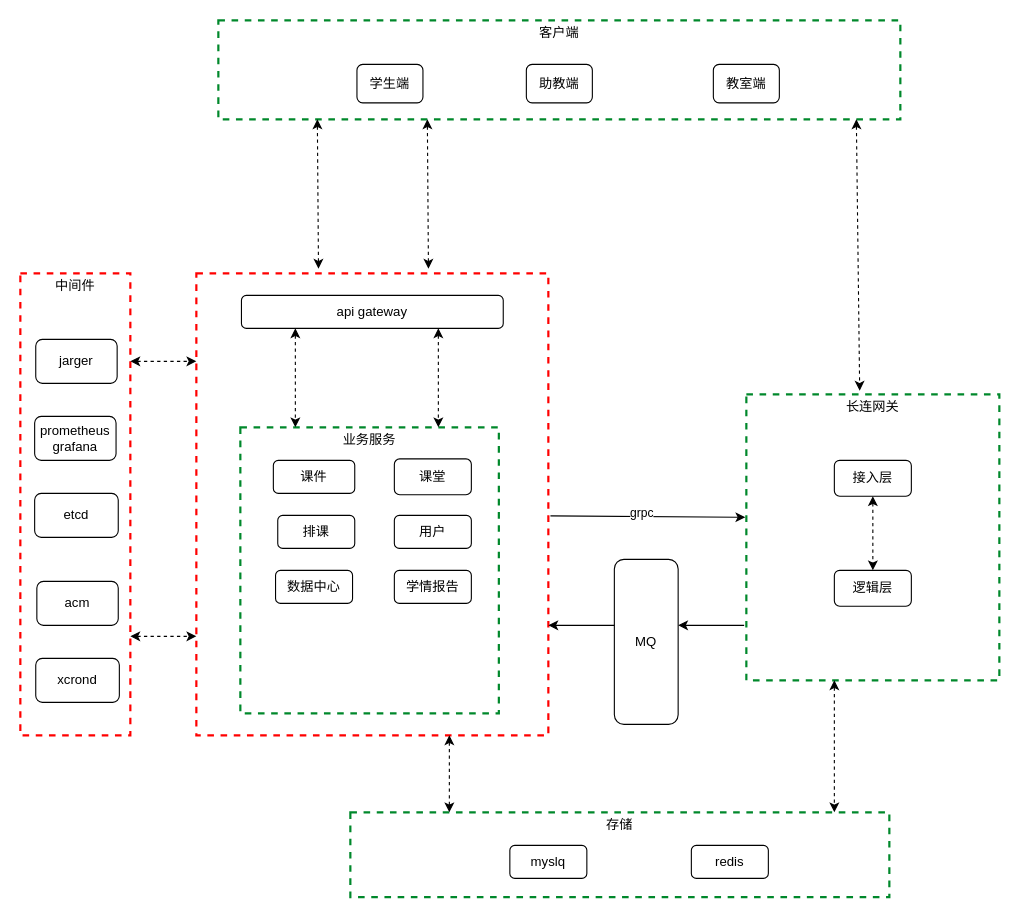
The draw.io diagram wisroom.drawio in idamiaoo/draw, before the edit. Source tidied: cells renumbered, new cells numbered last; positions are measured from the earlier drawing's top-left corner, leaving out a move shared by most shapes. Both pictures are drawn from the tidied source at 110%, with x=0, y=0 at pixel (20, 20).
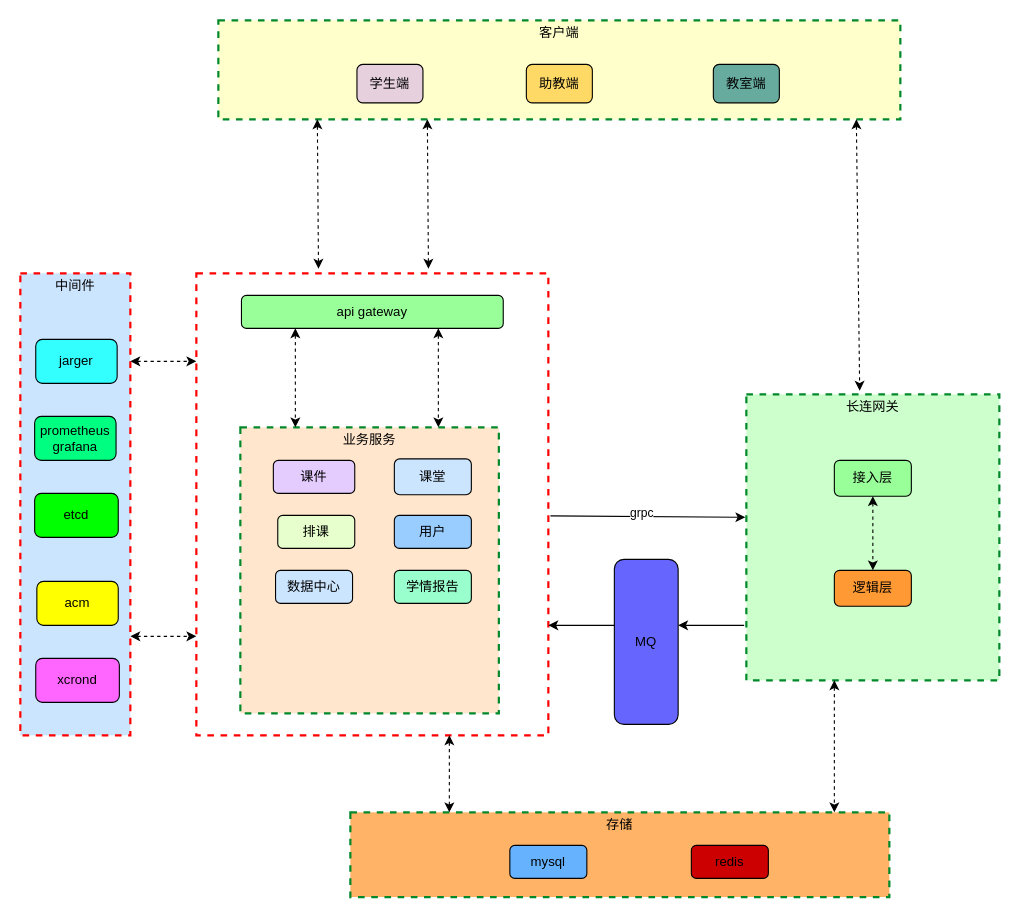
Above is the later version.

The change refers to these unchanged cells:
```xml
<mxCell id="5" style="fontStyle=0;verticalAlign=top;align=center;spacingTop=-2;fillColor=none;rounded=0;whiteSpace=wrap;html=1;strokeColor=#FF0000;strokeWidth=2;dashed=1;" parent="1" vertex="1">
  <mxGeometry x="160" y="230" width="320" height="420" as="geometry" />
</mxCell>
```

Change to the diagram source:
```diff
@@
-    <mxCell id="2" value="存储" style="fontStyle=0;verticalAlign=top;align=center;spacingTop=-2;fillColor=none;rounded=0;whiteSpace=wrap;html=1;strokeColor=#00882B;strokeWidth=2;dashed=1;" parent="1" vertex="1">
+    <mxCell id="2" value="存储" style="fontStyle=0;verticalAlign=top;align=center;spacingTop=-2;fillColor=#FFB366;rounded=0;whiteSpace=wrap;html=1;strokeColor=#00882B;strokeWidth=2;dashed=1;" parent="1" vertex="1">
       <mxGeometry x="300" y="720" width="490" height="77" as="geometry" />
     </mxCell>
-    <mxCell id="3" value="myslq" style="rounded=1;whiteSpace=wrap;html=1;" parent="2" vertex="1">
+    <mxCell id="3" value="mysql" style="rounded=1;whiteSpace=wrap;html=1;fillColor=#66B2FF;" parent="2" vertex="1">
       <mxGeometry x="145" y="30" width="70" height="30" as="geometry" />
     </mxCell>
-    <mxCell id="4" value="redis" style="rounded=1;whiteSpace=wrap;html=1;" parent="2" vertex="1">
+    <mxCell id="4" value="redis" style="rounded=1;whiteSpace=wrap;html=1;fillColor=#CC0000;" parent="2" vertex="1">
       <mxGeometry x="310" y="30" width="70" height="30" as="geometry" />
     </mxCell>
@@
-    <mxCell id="6" value="api gateway" style="rounded=1;whiteSpace=wrap;html=1;" parent="5" vertex="1">
+    <mxCell id="6" value="api gateway" style="rounded=1;whiteSpace=wrap;html=1;fillColor=#99FF99;" parent="5" vertex="1">
       <mxGeometry x="41" y="20" width="238" height="30" as="geometry" />
     </mxCell>
-    <mxCell id="7" value="业务服务" style="fontStyle=0;verticalAlign=top;align=center;spacingTop=-2;fillColor=none;rounded=0;whiteSpace=wrap;html=1;strokeColor=#00882B;strokeWidth=2;dashed=1;" parent="5" vertex="1">
+    <mxCell id="7" value="业务服务" style="fontStyle=0;verticalAlign=top;align=center;spacingTop=-2;fillColor=#FFE6CC;rounded=0;whiteSpace=wrap;html=1;strokeColor=#00882B;strokeWidth=2;dashed=1;" parent="5" vertex="1">
       <mxGeometry x="40" y="140" width="235" height="260" as="geometry" />
     </mxCell>
-    <mxCell id="8" value="课堂" style="rounded=1;whiteSpace=wrap;html=1;" parent="7" vertex="1">
+    <mxCell id="8" value="课堂" style="rounded=1;whiteSpace=wrap;html=1;fillColor=#CCE5FF;" parent="7" vertex="1">
       <mxGeometry x="140" y="28.7" width="70" height="32.6" as="geometry" />
     </mxCell>
-    <mxCell id="9" value="课件" style="rounded=1;whiteSpace=wrap;html=1;" parent="7" vertex="1">
+    <mxCell id="9" value="课件" style="rounded=1;whiteSpace=wrap;html=1;fillColor=#E5CCFF;" parent="7" vertex="1">
       <mxGeometry x="30" y="30" width="74" height="30" as="geometry" />
     </mxCell>
-    <mxCell id="10" value="排课" style="rounded=1;whiteSpace=wrap;html=1;" parent="7" vertex="1">
+    <mxCell id="10" value="排课" style="rounded=1;whiteSpace=wrap;html=1;fillColor=#E6FFCC;" parent="7" vertex="1">
       <mxGeometry x="34" y="80" width="70" height="30" as="geometry" />
     </mxCell>
-    <mxCell id="11" value="用户" style="rounded=1;whiteSpace=wrap;html=1;" parent="7" vertex="1">
+    <mxCell id="11" value="用户" style="rounded=1;whiteSpace=wrap;html=1;fillColor=#99CCFF;" parent="7" vertex="1">
       <mxGeometry x="140" y="80" width="70" height="30" as="geometry" />
     </mxCell>
-    <mxCell id="12" value="数据中心" style="rounded=1;whiteSpace=wrap;html=1;" parent="7" vertex="1">
+    <mxCell id="12" value="数据中心" style="rounded=1;whiteSpace=wrap;html=1;fillColor=#CCE5FF;" parent="7" vertex="1">
       <mxGeometry x="32" y="130" width="70" height="30" as="geometry" />
     </mxCell>
-    <mxCell id="13" value="学情报告" style="rounded=1;whiteSpace=wrap;html=1;" parent="7" vertex="1">
+    <mxCell id="13" value="学情报告" style="rounded=1;whiteSpace=wrap;html=1;fillColor=#99FFCC;" parent="7" vertex="1">
       <mxGeometry x="140" y="130" width="70" height="30" as="geometry" />
     </mxCell>
@@
-    <mxCell id="16" value="中间件" style="fontStyle=0;verticalAlign=top;align=center;spacingTop=-2;fillColor=none;rounded=0;whiteSpace=wrap;html=1;strokeColor=#FF0000;strokeWidth=2;dashed=1;" parent="1" vertex="1">
+    <mxCell id="16" value="中间件" style="fontStyle=0;verticalAlign=top;align=center;spacingTop=-2;fillColor=#CCE5FF;rounded=0;whiteSpace=wrap;html=1;strokeColor=#FF0000;strokeWidth=2;dashed=1;" parent="1" vertex="1">
       <mxGeometry y="230" width="100" height="420" as="geometry" />
     </mxCell>
-    <mxCell id="17" value="jarger" style="rounded=1;whiteSpace=wrap;html=1;" parent="16" vertex="1">
+    <mxCell id="17" value="jarger" style="rounded=1;whiteSpace=wrap;html=1;fillColor=#33FFFF;" parent="16" vertex="1">
       <mxGeometry x="14" y="60" width="74" height="40" as="geometry" />
     </mxCell>
-    <mxCell id="18" value="prometheus grafana" style="rounded=1;whiteSpace=wrap;html=1;" parent="16" vertex="1">
+    <mxCell id="18" value="prometheus grafana" style="rounded=1;whiteSpace=wrap;html=1;fillColor=#00FF80;" parent="16" vertex="1">
       <mxGeometry x="13" y="130" width="74" height="40" as="geometry" />
     </mxCell>
-    <mxCell id="19" value="acm" style="rounded=1;whiteSpace=wrap;html=1;" parent="16" vertex="1">
+    <mxCell id="19" value="acm" style="rounded=1;whiteSpace=wrap;html=1;fillColor=#FFFF00;" parent="16" vertex="1">
       <mxGeometry x="15" y="280" width="74" height="40" as="geometry" />
     </mxCell>
-    <mxCell id="20" value="etcd" style="rounded=1;whiteSpace=wrap;html=1;" parent="16" vertex="1">
+    <mxCell id="20" value="etcd" style="rounded=1;whiteSpace=wrap;html=1;fillColor=#00FF00;" parent="16" vertex="1">
       <mxGeometry x="13" y="200" width="76" height="40" as="geometry" />
     </mxCell>
-    <mxCell id="21" value="xcrond" style="rounded=1;whiteSpace=wrap;html=1;" parent="16" vertex="1">
+    <mxCell id="21" value="xcrond" style="rounded=1;whiteSpace=wrap;html=1;fillColor=#FF66FF;" parent="16" vertex="1">
       <mxGeometry x="14" y="350" width="76" height="40" as="geometry" />
     </mxCell>
@@
-    <mxCell id="24" value="客户端" style="fontStyle=0;verticalAlign=top;align=center;spacingTop=-2;fillColor=none;rounded=0;whiteSpace=wrap;html=1;strokeColor=#00882B;strokeWidth=2;dashed=1;" parent="1" vertex="1">
+    <mxCell id="24" value="客户端" style="fontStyle=0;verticalAlign=top;align=center;spacingTop=-2;fillColor=#FFFFCC;rounded=0;whiteSpace=wrap;html=1;strokeColor=#00882B;strokeWidth=2;dashed=1;" parent="1" vertex="1">
       <mxGeometry x="180" width="620" height="90" as="geometry" />
     </mxCell>
-    <mxCell id="25" value="学生端" style="rounded=1;whiteSpace=wrap;html=1;" parent="24" vertex="1">
+    <mxCell id="25" value="学生端" style="rounded=1;whiteSpace=wrap;html=1;fillColor=#E6D0DE;" parent="24" vertex="1">
       <mxGeometry x="126" y="40" width="60" height="35" as="geometry" />
     </mxCell>
-    <mxCell id="26" value="助教端" style="rounded=1;whiteSpace=wrap;html=1;" parent="24" vertex="1">
+    <mxCell id="26" value="助教端" style="rounded=1;whiteSpace=wrap;html=1;fillColor=#FFD966;" parent="24" vertex="1">
       <mxGeometry x="280" y="40" width="60" height="35" as="geometry" />
     </mxCell>
-    <mxCell id="27" value="教室端" style="rounded=1;whiteSpace=wrap;html=1;" parent="24" vertex="1">
+    <mxCell id="27" value="教室端" style="rounded=1;whiteSpace=wrap;html=1;fillColor=#67AB9F;" parent="24" vertex="1">
       <mxGeometry x="450" y="40" width="60" height="35" as="geometry" />
     </mxCell>
@@
-    <mxCell id="30" value="长连网关" style="fontStyle=0;verticalAlign=top;align=center;spacingTop=-2;fillColor=none;rounded=0;whiteSpace=wrap;html=1;strokeColor=#00882B;strokeWidth=2;dashed=1;" parent="1" vertex="1">
+    <mxCell id="30" value="长连网关" style="fontStyle=0;verticalAlign=top;align=center;spacingTop=-2;fillColor=#CCFFCC;rounded=0;whiteSpace=wrap;html=1;strokeColor=#00882B;strokeWidth=2;dashed=1;" parent="1" vertex="1">
       <mxGeometry x="660" y="340" width="230" height="260" as="geometry" />
     </mxCell>
-    <mxCell id="31" value="接入层" style="rounded=1;whiteSpace=wrap;html=1;" parent="30" vertex="1">
+    <mxCell id="31" value="接入层" style="rounded=1;whiteSpace=wrap;html=1;fillColor=#99FF99;" parent="30" vertex="1">
       <mxGeometry x="80" y="60" width="70" height="32.6" as="geometry" />
     </mxCell>
-    <mxCell id="32" value="逻辑层" style="rounded=1;whiteSpace=wrap;html=1;" parent="30" vertex="1">
+    <mxCell id="32" value="逻辑层" style="rounded=1;whiteSpace=wrap;html=1;fillColor=#FF9933;" parent="30" vertex="1">
       <mxGeometry x="80" y="160" width="70" height="32.6" as="geometry" />
     </mxCell>
@@
-    <mxCell id="34" value="MQ" style="rounded=1;whiteSpace=wrap;html=1;" parent="1" vertex="1">
+    <mxCell id="34" value="MQ" style="rounded=1;whiteSpace=wrap;html=1;fillColor=#6666FF;" parent="1" vertex="1">
       <mxGeometry x="540" y="490" width="58" height="150" as="geometry" />
     </mxCell>
```
